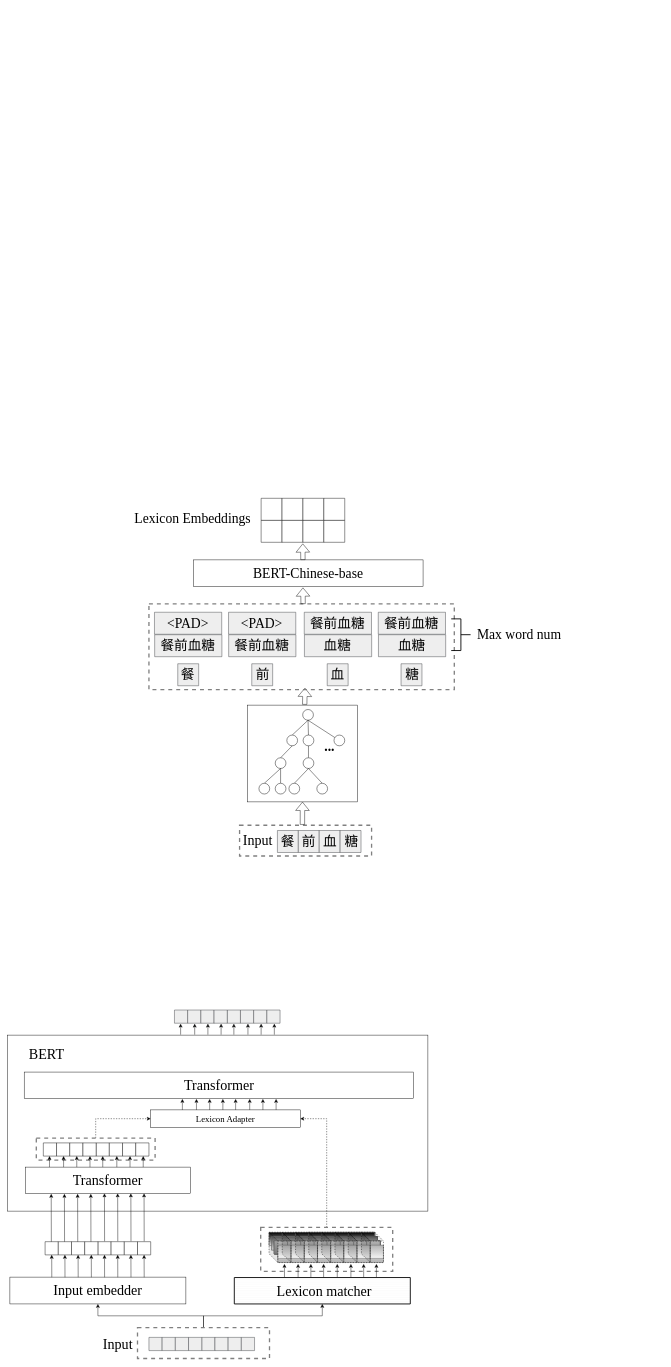
Before: NCAA.drawio in JJackMoO/Jackert_draw, a draw.io diagram. Source tidied: cells renumbered, new cells numbered last; positions are measured from the earlier drawing's top-left corner, leaving out a move shared by most shapes. Both pictures are drawn from the tidied source at 44%, with x=0, y=0 at pixel (7, 498).
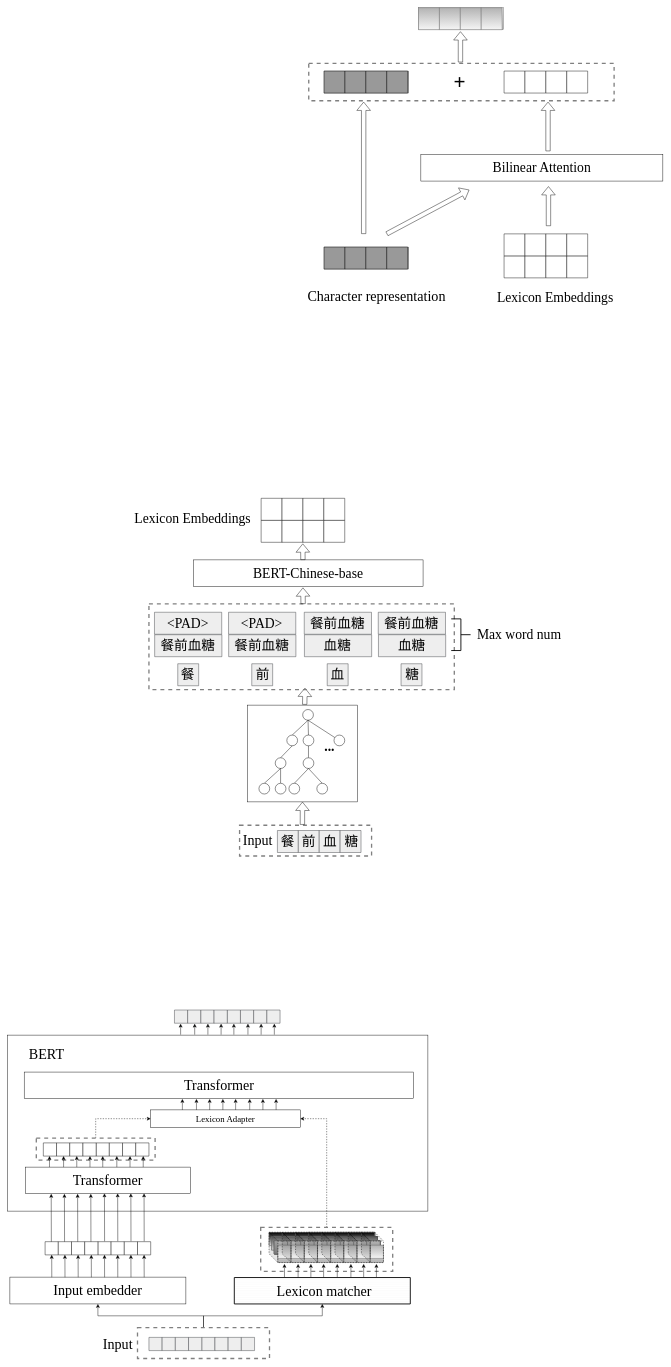
The same page after the edit.

What changed in the source:
```diff
@@
+    <mxCell id="396" style="group;" parent="1" vertex="1">
+      <mxGeometry x="1128.1" y="-551" width="192.5" height="50" as="geometry" />
+    </mxCell>
+    <mxCell id="397" style="verticalLabelPosition=bottom;verticalAlign=top;html=1;shape=mxgraph.basic.patternFillRect;fillStyle=auto;step=5;fillStrokeWidth=0.2;fillStrokeColor=#dddddd;gradientDirection=north;shadow=0;sketch=0;" parent="396" vertex="1">
+      <mxGeometry width="47.5" height="50" as="geometry" />
+    </mxCell>
+    <mxCell id="398" style="verticalLabelPosition=bottom;verticalAlign=top;html=1;shape=mxgraph.basic.patternFillRect;fillStyle=auto;step=5;fillStrokeWidth=0.2;fillStrokeColor=#dddddd;gradientDirection=north;shadow=0;sketch=0;" parent="396" vertex="1">
+      <mxGeometry x="47.5" width="47.5" height="50" as="geometry" />
+    </mxCell>
+    <mxCell id="399" style="verticalLabelPosition=bottom;verticalAlign=top;html=1;shape=mxgraph.basic.patternFillRect;fillStyle=auto;step=5;fillStrokeWidth=0.2;fillStrokeColor=#dddddd;gradientDirection=north;shadow=0;sketch=0;" parent="396" vertex="1">
+      <mxGeometry x="95" width="47.5" height="50" as="geometry" />
+    </mxCell>
+    <mxCell id="400" style="verticalLabelPosition=bottom;verticalAlign=top;html=1;shape=mxgraph.basic.patternFillRect;fillStyle=auto;step=5;fillStrokeWidth=0.2;fillStrokeColor=#dddddd;gradientDirection=north;shadow=0;sketch=0;" parent="396" vertex="1">
+      <mxGeometry x="142.5" width="47.5" height="50" as="geometry" />
+    </mxCell>
+    <mxCell id="401" style="group;" parent="1" vertex="1">
+      <mxGeometry x="1128.1" y="-601" width="192.5" height="50" as="geometry" />
+    </mxCell>
+    <mxCell id="402" style="verticalLabelPosition=bottom;verticalAlign=top;html=1;shape=mxgraph.basic.patternFillRect;fillStyle=auto;step=5;fillStrokeWidth=0.2;fillStrokeColor=#dddddd;gradientDirection=north;shadow=0;sketch=0;" parent="401" vertex="1">
+      <mxGeometry width="47.5" height="50" as="geometry" />
+    </mxCell>
+    <mxCell id="403" style="verticalLabelPosition=bottom;verticalAlign=top;html=1;shape=mxgraph.basic.patternFillRect;fillStyle=auto;step=5;fillStrokeWidth=0.2;fillStrokeColor=#dddddd;gradientDirection=north;shadow=0;sketch=0;" parent="401" vertex="1">
+      <mxGeometry x="47.5" width="47.5" height="50" as="geometry" />
+    </mxCell>
+    <mxCell id="404" style="verticalLabelPosition=bottom;verticalAlign=top;html=1;shape=mxgraph.basic.patternFillRect;fillStyle=auto;step=5;fillStrokeWidth=0.2;fillStrokeColor=#dddddd;gradientDirection=north;shadow=0;sketch=0;" parent="401" vertex="1">
+      <mxGeometry x="95" width="47.5" height="50" as="geometry" />
+    </mxCell>
+    <mxCell id="405" style="verticalLabelPosition=bottom;verticalAlign=top;html=1;shape=mxgraph.basic.patternFillRect;fillStyle=auto;step=5;fillStrokeWidth=0.2;fillStrokeColor=#dddddd;gradientDirection=north;shadow=0;sketch=0;" parent="401" vertex="1">
+      <mxGeometry x="142.5" width="47.5" height="50" as="geometry" />
+    </mxCell>
+    <mxCell id="406" value="Lexicon Embeddings" style="text;html=1;align=center;verticalAlign=middle;fillColor=none;strokeColor=none;rounded=0;fontFamily=Times New Roman;fontSize=31;" parent="1" vertex="1">
+      <mxGeometry x="1099" y="-481" width="290" height="50" as="geometry" />
+    </mxCell>
+    <mxCell id="407" style="group;fillColor=#999999;strokeColor=#666666;gradientColor=#b3b3b3;" parent="1" vertex="1">
+      <mxGeometry x="719" y="-571" width="192.5" height="50" as="geometry" />
+    </mxCell>
+    <mxCell id="408" style="verticalLabelPosition=bottom;verticalAlign=top;html=1;shape=mxgraph.basic.patternFillRect;fillStyle=auto;step=5;fillStrokeWidth=0.2;fillStrokeColor=#dddddd;gradientDirection=north;shadow=0;sketch=0;fillColor=#999999;" parent="407" vertex="1">
+      <mxGeometry width="47.5" height="50" as="geometry" />
+    </mxCell>
+    <mxCell id="409" style="verticalLabelPosition=bottom;verticalAlign=top;html=1;shape=mxgraph.basic.patternFillRect;fillStyle=auto;step=5;fillStrokeWidth=0.2;fillStrokeColor=#dddddd;gradientDirection=north;shadow=0;sketch=0;fillColor=#999999;" parent="407" vertex="1">
+      <mxGeometry x="47.5" width="47.5" height="50" as="geometry" />
+    </mxCell>
+    <mxCell id="410" style="verticalLabelPosition=bottom;verticalAlign=top;html=1;shape=mxgraph.basic.patternFillRect;fillStyle=auto;step=5;fillStrokeWidth=0.2;fillStrokeColor=#dddddd;gradientDirection=north;shadow=0;sketch=0;fillColor=#999999;" parent="407" vertex="1">
+      <mxGeometry x="95" width="47.5" height="50" as="geometry" />
+    </mxCell>
+    <mxCell id="411" style="verticalLabelPosition=bottom;verticalAlign=top;html=1;shape=mxgraph.basic.patternFillRect;fillStyle=auto;step=5;fillStrokeWidth=0.2;fillStrokeColor=#dddddd;gradientDirection=north;shadow=0;sketch=0;fillColor=#999999;" parent="407" vertex="1">
+      <mxGeometry x="142.5" width="47.5" height="50" as="geometry" />
+    </mxCell>
+    <mxCell id="412" value="Bilinear Attention" style="rounded=0;whiteSpace=wrap;html=1;fontFamily=Times New Roman;fontSize=31;" parent="1" vertex="1">
+      <mxGeometry x="939" y="-781" width="550" height="60" as="geometry" />
+    </mxCell>
+    <mxCell id="413" style="shape=flexArrow;endArrow=classic;html=1;rounded=0;fontFamily=Times New Roman;fontSize=31;" parent="1" edge="1">
+      <mxGeometry relative="1" as="geometry">
+        <mxPoint x="861.5" y="-601" as="sourcePoint" />
+        <mxPoint x="1049" y="-701" as="targetPoint" />
+      </mxGeometry>
+    </mxCell>
+    <mxCell id="414" style="shape=flexArrow;endArrow=classic;html=1;rounded=0;fontFamily=Times New Roman;fontSize=31;" parent="1" edge="1">
+      <mxGeometry relative="1" as="geometry">
+        <mxPoint x="1229" y="-619" as="sourcePoint" />
+        <mxPoint x="1229" y="-709" as="targetPoint" />
+      </mxGeometry>
+    </mxCell>
+    <mxCell id="415" style="group;fillColor=#999999;strokeColor=#666666;gradientColor=#b3b3b3;" parent="1" vertex="1">
+      <mxGeometry x="719" y="-971" width="192.5" height="50" as="geometry" />
+    </mxCell>
+    <mxCell id="416" style="verticalLabelPosition=bottom;verticalAlign=top;html=1;shape=mxgraph.basic.patternFillRect;fillStyle=auto;step=5;fillStrokeWidth=0.2;fillStrokeColor=#dddddd;gradientDirection=north;shadow=0;sketch=0;fillColor=#999999;" parent="415" vertex="1">
+      <mxGeometry width="47.5" height="50" as="geometry" />
+    </mxCell>
+    <mxCell id="417" style="verticalLabelPosition=bottom;verticalAlign=top;html=1;shape=mxgraph.basic.patternFillRect;fillStyle=auto;step=5;fillStrokeWidth=0.2;fillStrokeColor=#dddddd;gradientDirection=north;shadow=0;sketch=0;fillColor=#999999;" parent="415" vertex="1">
+      <mxGeometry x="47.5" width="47.5" height="50" as="geometry" />
+    </mxCell>
+    <mxCell id="418" style="verticalLabelPosition=bottom;verticalAlign=top;html=1;shape=mxgraph.basic.patternFillRect;fillStyle=auto;step=5;fillStrokeWidth=0.2;fillStrokeColor=#dddddd;gradientDirection=north;shadow=0;sketch=0;fillColor=#999999;" parent="415" vertex="1">
+      <mxGeometry x="95" width="47.5" height="50" as="geometry" />
+    </mxCell>
+    <mxCell id="419" style="verticalLabelPosition=bottom;verticalAlign=top;html=1;shape=mxgraph.basic.patternFillRect;fillStyle=auto;step=5;fillStrokeWidth=0.2;fillStrokeColor=#dddddd;gradientDirection=north;shadow=0;sketch=0;fillColor=#999999;" parent="415" vertex="1">
+      <mxGeometry x="142.5" width="47.5" height="50" as="geometry" />
+    </mxCell>
+    <mxCell id="420" style="shape=flexArrow;endArrow=classic;html=1;rounded=0;fontFamily=Times New Roman;fontSize=31;exitX=0.5;exitY=0;exitDx=0;exitDy=0;" parent="1" edge="1">
+      <mxGeometry relative="1" as="geometry">
+        <mxPoint x="1228" y="-789" as="sourcePoint" />
+        <mxPoint x="1228" y="-901" as="targetPoint" />
+      </mxGeometry>
+    </mxCell>
+    <mxCell id="421" style="group;" parent="1" vertex="1">
+      <mxGeometry x="1128.1" y="-971" width="192.5" height="50" as="geometry" />
+    </mxCell>
+    <mxCell id="422" style="verticalLabelPosition=bottom;verticalAlign=top;html=1;shape=mxgraph.basic.patternFillRect;fillStyle=auto;step=5;fillStrokeWidth=0.2;fillStrokeColor=#dddddd;gradientDirection=north;shadow=0;sketch=0;" parent="421" vertex="1">
+      <mxGeometry width="47.5" height="50" as="geometry" />
+    </mxCell>
+    <mxCell id="423" style="verticalLabelPosition=bottom;verticalAlign=top;html=1;shape=mxgraph.basic.patternFillRect;fillStyle=auto;step=5;fillStrokeWidth=0.2;fillStrokeColor=#dddddd;gradientDirection=north;shadow=0;sketch=0;" parent="421" vertex="1">
+      <mxGeometry x="47.5" width="47.5" height="50" as="geometry" />
+    </mxCell>
+    <mxCell id="424" style="verticalLabelPosition=bottom;verticalAlign=top;html=1;shape=mxgraph.basic.patternFillRect;fillStyle=auto;step=5;fillStrokeWidth=0.2;fillStrokeColor=#dddddd;gradientDirection=north;shadow=0;sketch=0;" parent="421" vertex="1">
+      <mxGeometry x="95" width="47.5" height="50" as="geometry" />
+    </mxCell>
+    <mxCell id="425" style="verticalLabelPosition=bottom;verticalAlign=top;html=1;shape=mxgraph.basic.patternFillRect;fillStyle=auto;step=5;fillStrokeWidth=0.2;fillStrokeColor=#dddddd;gradientDirection=north;shadow=0;sketch=0;" parent="421" vertex="1">
+      <mxGeometry x="142.5" width="47.5" height="50" as="geometry" />
+    </mxCell>
+    <mxCell id="426" value="&lt;b&gt;&lt;font style=&quot;font-size: 48px;&quot;&gt;+&lt;/font&gt;&lt;/b&gt;" style="text;html=1;align=center;verticalAlign=middle;fillColor=none;strokeColor=none;rounded=0;fontFamily=Times New Roman;fontSize=31;" parent="1" vertex="1">
+      <mxGeometry x="1002" y="-981" width="50" height="70" as="geometry" />
+    </mxCell>
+    <mxCell id="427" style="shape=flexArrow;endArrow=classic;html=1;rounded=0;fontFamily=Times New Roman;fontSize=48;" parent="1" edge="1">
+      <mxGeometry relative="1" as="geometry">
+        <mxPoint x="809" y="-601" as="sourcePoint" />
+        <mxPoint x="809" y="-901" as="targetPoint" />
+      </mxGeometry>
+    </mxCell>
+    <mxCell id="428" style="verticalLabelPosition=bottom;verticalAlign=top;html=1;shape=mxgraph.basic.rect;fillColor2=none;strokeWidth=3;size=20;indent=5;shadow=0;sketch=0;fillStyle=auto;fontFamily=Times New Roman;fontSize=27;fillColor=none;gradientDirection=north;dashed=1;fontColor=#333333;strokeColor=#808080;" parent="1" vertex="1">
+      <mxGeometry x="684.2" y="-988.5" width="694" height="85" as="geometry" />
+    </mxCell>
+    <mxCell id="429" value="&lt;font style=&quot;font-size: 32px;&quot;&gt;Character representation&lt;/font&gt;" style="text;html=1;align=center;verticalAlign=middle;fillColor=none;strokeColor=none;rounded=0;fontFamily=Times New Roman;fontSize=48;" parent="1" vertex="1">
+      <mxGeometry x="668" y="-501" width="340" height="70" as="geometry" />
+    </mxCell>
+    <mxCell id="430" style="group;fillColor=#f5f5f5;gradientColor=#b3b3b3;strokeColor=#666666;" parent="1" vertex="1">
+      <mxGeometry x="933.7" y="-1115" width="192.5" height="50" as="geometry" />
+    </mxCell>
+    <mxCell id="431" style="verticalLabelPosition=bottom;verticalAlign=top;html=1;shape=mxgraph.basic.patternFillRect;fillStyle=auto;step=5;fillStrokeWidth=0.2;fillStrokeColor=#dddddd;gradientDirection=north;shadow=0;sketch=0;fillColor=#f5f5f5;gradientColor=#b3b3b3;strokeColor=#666666;" parent="430" vertex="1">
+      <mxGeometry width="47.5" height="50" as="geometry" />
+    </mxCell>
+    <mxCell id="432" style="verticalLabelPosition=bottom;verticalAlign=top;html=1;shape=mxgraph.basic.patternFillRect;fillStyle=auto;step=5;fillStrokeWidth=0.2;fillStrokeColor=#dddddd;gradientDirection=north;shadow=0;sketch=0;fillColor=#f5f5f5;gradientColor=#b3b3b3;strokeColor=#666666;" parent="430" vertex="1">
+      <mxGeometry x="47.5" width="47.5" height="50" as="geometry" />
+    </mxCell>
+    <mxCell id="433" style="verticalLabelPosition=bottom;verticalAlign=top;html=1;shape=mxgraph.basic.patternFillRect;fillStyle=auto;step=5;fillStrokeWidth=0.2;fillStrokeColor=#dddddd;gradientDirection=north;shadow=0;sketch=0;fillColor=#f5f5f5;gradientColor=#b3b3b3;strokeColor=#666666;" parent="430" vertex="1">
+      <mxGeometry x="95" width="47.5" height="50" as="geometry" />
+    </mxCell>
+    <mxCell id="434" style="verticalLabelPosition=bottom;verticalAlign=top;html=1;shape=mxgraph.basic.patternFillRect;fillStyle=auto;step=5;fillStrokeWidth=0.2;fillStrokeColor=#dddddd;gradientDirection=north;shadow=0;sketch=0;fillColor=#f5f5f5;gradientColor=#b3b3b3;strokeColor=#666666;" parent="430" vertex="1">
+      <mxGeometry x="142.5" width="47.5" height="50" as="geometry" />
+    </mxCell>
+    <mxCell id="435" style="shape=flexArrow;endArrow=classic;html=1;rounded=0;fontFamily=Times New Roman;fontSize=32;" parent="1" edge="1">
+      <mxGeometry relative="1" as="geometry">
+        <mxPoint x="1029" y="-991" as="sourcePoint" />
+        <mxPoint x="1029" y="-1061" as="targetPoint" />
+      </mxGeometry>
+    </mxCell>
```
